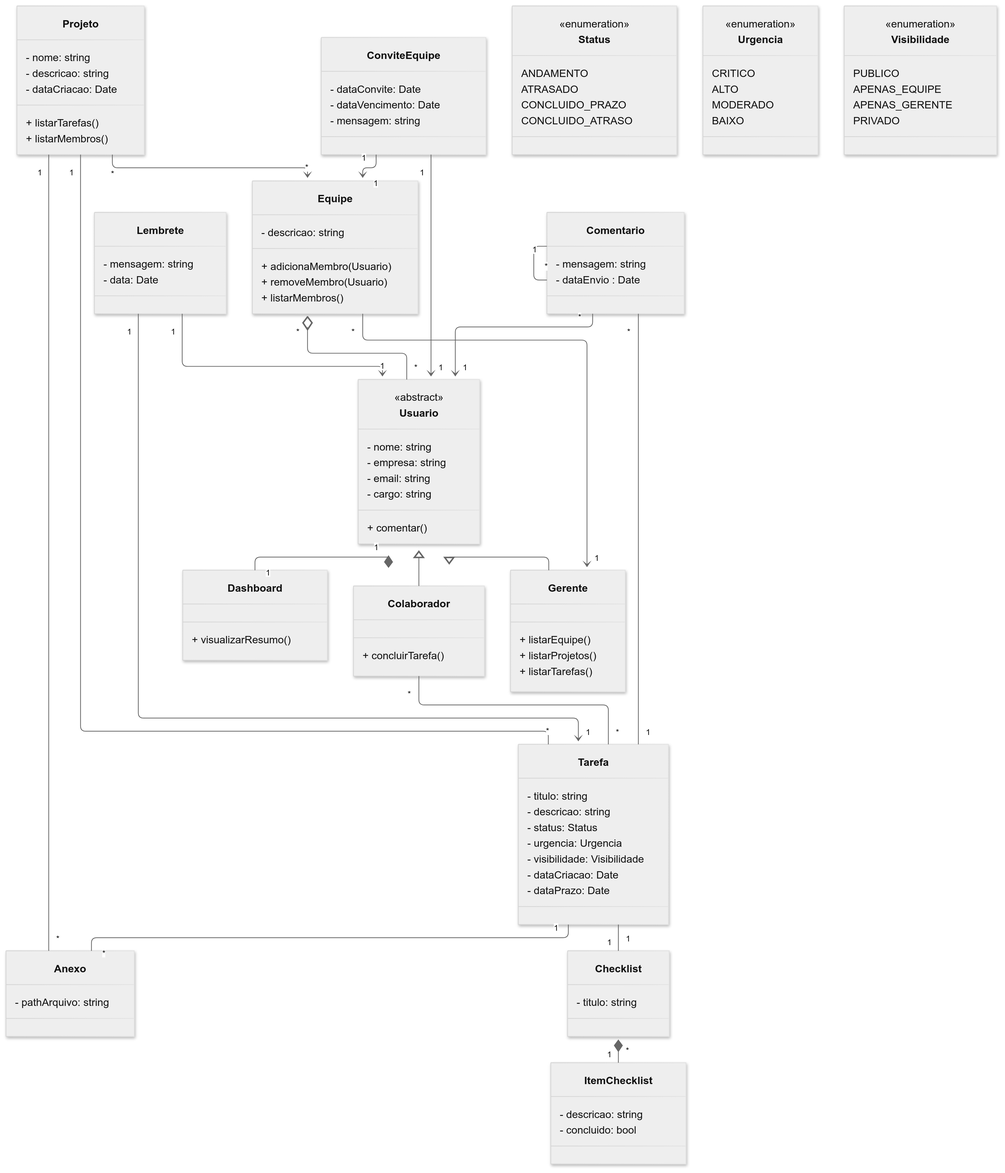
joaopdinareli/humancollab keeps this Mermaid diagram as DiagramaClasses/diagramaClasses.png. Above is the earlier version. Its source is kept beside it as DiagramaClasses/diagramaClasses.mmd.
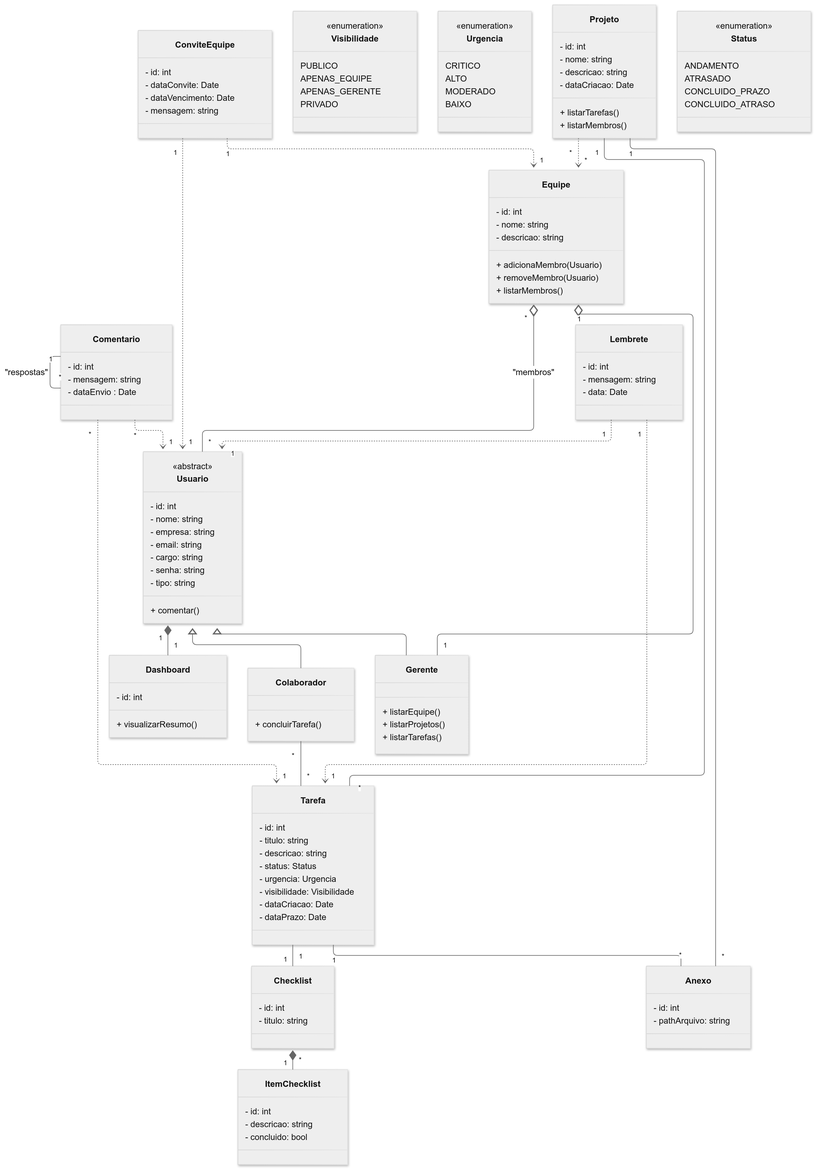
Above is the later version.

The edit, as a diff of the source:
```diff
@@ -28,10 +28,13 @@
     }
     class Usuario {
         <<abstract>>
+        - id: int
         - nome: string
         - empresa: string
         - email: string
         - cargo: string
+        - senha: string
+        - tipo: string
         + comentar()
     }
     class Gerente {
@@ -43,6 +46,7 @@
         + concluirTarefa()
     }
     class Tarefa {
+        - id: int
         - titulo: string
         - descricao: string
         - status: Status
@@ -52,6 +56,7 @@
         - dataPrazo: Date
     }
     class Projeto {
+        - id: int
         - nome: string
         - descricao: string
         - dataCriacao: Date
@@ -59,37 +64,47 @@
         + listarMembros()
     }
     class Equipe {
+        - id: int
+        - nome: string
         - descricao: string
         + adicionaMembro(Usuario)
         + removeMembro(Usuario)
         + listarMembros()
     }
     class ConviteEquipe {
+        - id: int
         - dataConvite: Date
         - dataVencimento: Date
         - mensagem: string
     }
     class Comentario {
+        - id: int
         - mensagem: string
         - dataEnvio : Date
     }
     class Anexo {
+        - id: int
         - pathArquivo: string
     }
     class Checklist {
+        - id: int
         - titulo: string
     }
     class ItemChecklist {
+        - id: int
         - descricao: string
         - concluido: bool
     }
     class Dashboard {
+        - id: int
         + visualizarResumo()
     }
     class Lembrete {
+        - id: int
         - mensagem: string
         - data: Date
     }
+
     Usuario <|-- Gerente
     Usuario <|-- Colaborador
     Usuario "1" *-- "1" Dashboard
@@ -99,12 +114,12 @@
     Checklist "1" *-- "*" ItemChecklist
     Projeto "1" -- "*" Tarefa
     Projeto "1" -- "*" Anexo
-    Equipe "*" o-- "*" Usuario
-    Comentario "1" -- "*" Comentario
-    Comentario "*" .. "1" Tarefa
+    Equipe "*" o-- "*" Usuario : "membros"
+    Equipe "1" o-- "1" Gerente
     Projeto "*" ..> "*" Equipe
-    Equipe "*" ..> "1" Gerente
     Comentario "*" ..> "1" Usuario
+    Comentario "*" ..> "1" Tarefa
+    Comentario "1" -- "*" Comentario : "respostas"
     ConviteEquipe "1" ..> "1" Usuario
     ConviteEquipe "1" ..> "1" Equipe
     Lembrete "1" ..> "1" Tarefa
```
